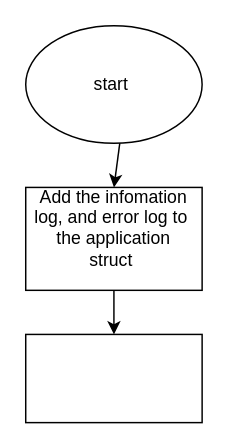
The draw.io diagram api/run.drawio in OlayiwolaSherrifSalawu/theTicketing, before the edit. Source tidied: cells renumbered, new cells numbered last; positions are measured from the earlier drawing's top-left corner, leaving out a move shared by most shapes. Both pictures are drawn from the tidied source at 147%, with x=0, y=0 at pixel (25, 25).
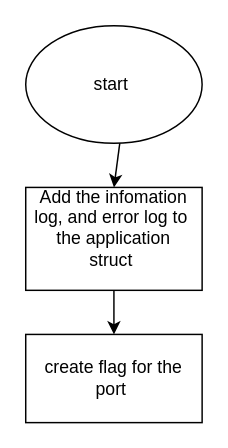
The same page after the edit.

Change to the diagram source:
```diff
@@
 <mxGraphModel>
   <root>
     <mxCell id="0" />
     <mxCell id="1" parent="0" />
     <mxCell id="2" style="edgeStyle=none;html=1;" parent="1" edge="1" source="3" target="5">
       <mxGeometry relative="1" as="geometry" />
     </mxCell>
     <mxCell id="3" value="start&amp;nbsp;" style="ellipse;whiteSpace=wrap;html=1;" parent="1" vertex="1">
       <mxGeometry width="120" height="80" as="geometry" />
     </mxCell>
     <mxCell id="4" style="edgeStyle=none;html=1;" parent="1" edge="1" source="5" target="6">
       <mxGeometry relative="1" as="geometry" />
     </mxCell>
     <mxCell id="5" value="Add the infomation log, and error log to&amp;nbsp;&lt;div&gt;the application&lt;/div&gt;&lt;div&gt;struct&amp;nbsp;&lt;/div&gt;&lt;div&gt;&lt;br&gt;&lt;/div&gt;" style="whiteSpace=wrap;html=1;" parent="1" vertex="1">
       <mxGeometry y="110" width="120" height="70" as="geometry" />
     </mxCell>
-    <mxCell id="6" style="whiteSpace=wrap;html=1;" parent="1" vertex="1">
+    <mxCell id="6" value="create flag for the port&amp;nbsp;" style="whiteSpace=wrap;html=1;" parent="1" vertex="1">
       <mxGeometry y="210" width="120" height="60" as="geometry" />
     </mxCell>
   </root>
 </mxGraphModel>
```
